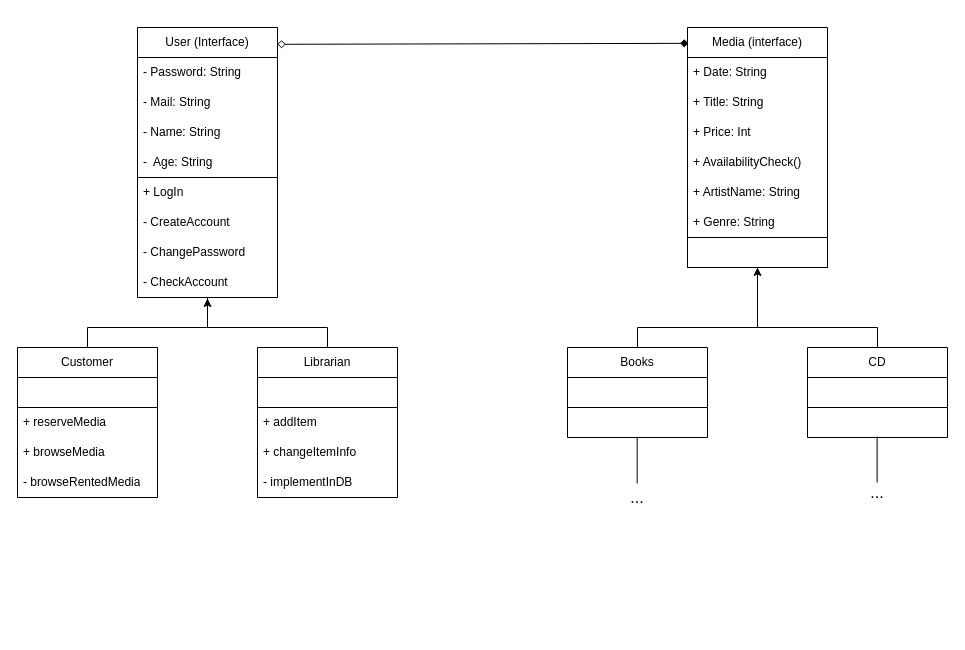
This is Dokumentation/diagrams/class_library.drawio from sraosha47/m226, a draw.io file, before an edit. Source tidied: cells renumbered, new cells numbered last; positions are measured from the earlier drawing's top-left corner, leaving out a move shared by most shapes. Both pictures are drawn from the tidied source at 100%, with x=0, y=0 at pixel (17, 27).
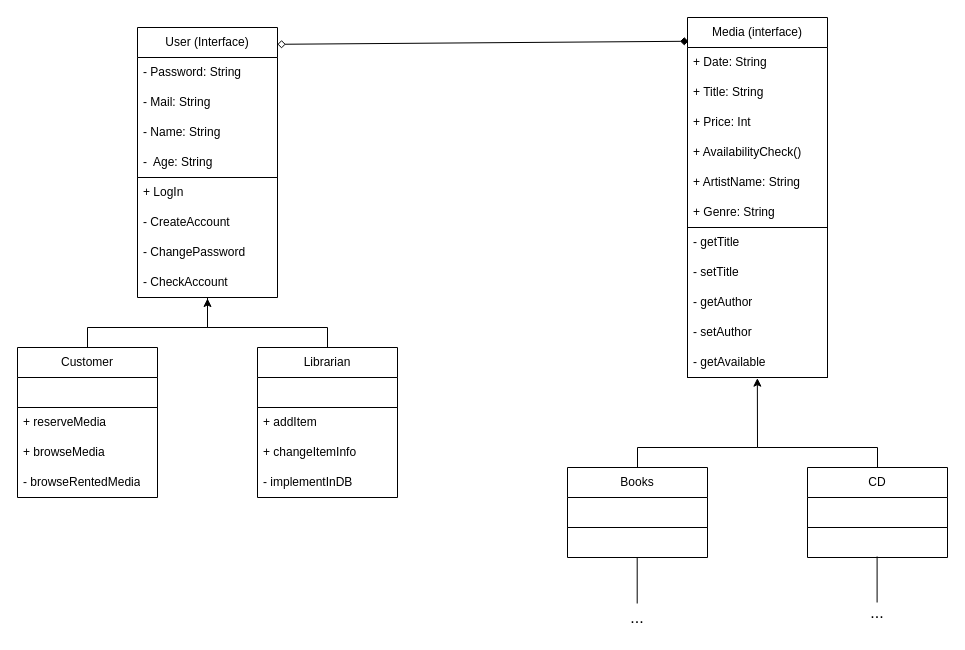
Above is the later version.

Diff of the diagram source:
```diff
@@
     <mxCell id="7" value="Media (interface)" style="swimlane;fontStyle=0;horizontal=1;startSize=30;whiteSpace=wrap;html=1;" parent="1" vertex="1">
-      <mxGeometry x="670" width="140" height="240" as="geometry" />
+      <mxGeometry x="670" y="-10" width="140" height="360" as="geometry" />
     </mxCell>
@@
     <mxCell id="14" style="swimlane;fontStyle=0;horizontal=1;startSize=0;whiteSpace=wrap;html=1;" parent="7" vertex="1">
-      <mxGeometry y="210" width="140" height="30" as="geometry" />
+      <mxGeometry y="210" width="140" height="150" as="geometry" />
     </mxCell>
+    <mxCell id="43" value="- getTitle" style="text;strokeColor=none;fillColor=none;align=left;verticalAlign=middle;spacingLeft=4;spacingRight=4;overflow=hidden;whiteSpace=wrap;html=1;" parent="14" vertex="1">
+      <mxGeometry width="140" height="30" as="geometry" />
+    </mxCell>
+    <mxCell id="44" value="- setTitle" style="text;strokeColor=none;fillColor=none;align=left;verticalAlign=middle;spacingLeft=4;spacingRight=4;overflow=hidden;whiteSpace=wrap;html=1;" parent="14" vertex="1">
+      <mxGeometry y="30" width="140" height="30" as="geometry" />
+    </mxCell>
+    <mxCell id="45" value="- getAuthor" style="text;strokeColor=none;fillColor=none;align=left;verticalAlign=middle;spacingLeft=4;spacingRight=4;overflow=hidden;whiteSpace=wrap;html=1;" parent="14" vertex="1">
+      <mxGeometry y="60" width="140" height="30" as="geometry" />
+    </mxCell>
+    <mxCell id="46" value="- setAuthor" style="text;strokeColor=none;fillColor=none;align=left;verticalAlign=middle;spacingLeft=4;spacingRight=4;overflow=hidden;whiteSpace=wrap;html=1;" parent="14" vertex="1">
+      <mxGeometry y="90" width="140" height="30" as="geometry" />
+    </mxCell>
+    <mxCell id="47" value="- getAvailable" style="text;strokeColor=none;fillColor=none;align=left;verticalAlign=middle;spacingLeft=4;spacingRight=4;overflow=hidden;points=[[0,0.5],[1,0.5]];portConstraint=eastwest;whiteSpace=wrap;html=1;" parent="14" vertex="1">
+      <mxGeometry y="120" width="140" height="30" as="geometry" />
+    </mxCell>
     <mxCell id="15" value="Books" style="swimlane;fontStyle=0;horizontal=1;startSize=30;whiteSpace=wrap;html=1;" parent="1" vertex="1">
-      <mxGeometry x="550" y="320" width="140" height="60" as="geometry" />
+      <mxGeometry x="550" y="440" width="140" height="60" as="geometry" />
     </mxCell>
-    <mxCell id="16" style="endArrow=classic;html=1;rounded=0;entryX=0.5;entryY=1;entryDx=0;entryDy=0;exitX=0.5;exitY=0;exitDx=0;exitDy=0;" parent="1" edge="1" source="15" target="14">
+    <mxCell id="16" style="endArrow=classic;html=1;rounded=0;exitX=0.5;exitY=0;exitDx=0;exitDy=0;entryX=0.499;entryY=1.022;entryDx=0;entryDy=0;entryPerimeter=0;" parent="1" edge="1" source="15" target="47">
       <mxGeometry relative="1" as="geometry">
         <Array as="points">
-          <mxPoint x="620" y="300" />
-          <mxPoint x="740" y="300" />
+          <mxPoint x="620" y="420" />
+          <mxPoint x="740" y="420" />
         </Array>
       </mxGeometry>
     </mxCell>
     <mxCell id="17" style="swimlane;fontStyle=0;horizontal=1;startSize=0;whiteSpace=wrap;html=1;" parent="1" vertex="1">
-      <mxGeometry x="550" y="380" width="140" height="30" as="geometry" />
+      <mxGeometry x="550" y="500" width="140" height="30" as="geometry" />
     </mxCell>
-    <mxCell id="18" style="endArrow=none;html=1;rounded=0;exitX=0.5;exitY=0;exitDx=0;exitDy=0;entryX=0.5;entryY=1;entryDx=0;entryDy=0;" parent="1" edge="1" source="19" target="14">
+    <mxCell id="18" style="endArrow=none;html=1;rounded=0;exitX=0.5;exitY=0;exitDx=0;exitDy=0;" parent="1" edge="1" source="19">
       <mxGeometry relative="1" as="geometry">
+        <mxPoint x="740" y="420" as="targetPoint" />
         <Array as="points">
-          <mxPoint x="860" y="300" />
-          <mxPoint x="740" y="300" />
+          <mxPoint x="860" y="420" />
+          <mxPoint x="740" y="420" />
         </Array>
       </mxGeometry>
     </mxCell>
     <mxCell id="19" value="CD" style="swimlane;fontStyle=0;horizontal=1;startSize=30;whiteSpace=wrap;html=1;" parent="1" vertex="1">
-      <mxGeometry x="790" y="320" width="140" height="60" as="geometry" />
+      <mxGeometry x="790" y="440" width="140" height="60" as="geometry" />
     </mxCell>
     <mxCell id="20" style="swimlane;fontStyle=0;horizontal=1;startSize=0;whiteSpace=wrap;html=1;" parent="1" vertex="1">
-      <mxGeometry x="790" y="380" width="140" height="30" as="geometry" />
+      <mxGeometry x="790" y="500" width="140" height="30" as="geometry" />
     </mxCell>
@@
     <mxCell id="34" style="endArrow=none;html=1;rounded=0;exitX=0.5;exitY=1.061;exitDx=0;exitDy=0;exitPerimeter=0;" parent="1" edge="1">
       <mxGeometry relative="1" as="geometry">
-        <mxPoint x="859.6" y="409" as="sourcePoint" />
-        <mxPoint x="859.6" y="455" as="targetPoint" />
+        <mxPoint x="859.6" y="529" as="sourcePoint" />
+        <mxPoint x="859.6" y="575" as="targetPoint" />
       </mxGeometry>
     </mxCell>
     <mxCell id="35" value="&lt;font style=&quot;font-size: 16px;&quot;&gt;...&lt;/font&gt;" style="text;html=1;strokeColor=none;fillColor=none;align=center;verticalAlign=middle;whiteSpace=wrap;rounded=0;" parent="1" vertex="1">
-      <mxGeometry x="830" y="450" width="60" height="30" as="geometry" />
+      <mxGeometry x="830" y="570" width="60" height="30" as="geometry" />
     </mxCell>
     <mxCell id="36" style="endArrow=none;html=1;rounded=0;exitX=0.5;exitY=1.061;exitDx=0;exitDy=0;exitPerimeter=0;" parent="1" edge="1">
       <mxGeometry relative="1" as="geometry">
-        <mxPoint x="619.7" y="410" as="sourcePoint" />
-        <mxPoint x="619.7" y="456" as="targetPoint" />
+        <mxPoint x="619.7" y="530" as="sourcePoint" />
+        <mxPoint x="619.7" y="576" as="targetPoint" />
       </mxGeometry>
     </mxCell>
     <mxCell id="37" value="&lt;font style=&quot;font-size: 16px;&quot;&gt;...&lt;/font&gt;" style="text;html=1;strokeColor=none;fillColor=none;align=center;verticalAlign=middle;whiteSpace=wrap;rounded=0;" parent="1" vertex="1">
-      <mxGeometry x="590" y="455" width="60" height="30" as="geometry" />
+      <mxGeometry x="590" y="575" width="60" height="30" as="geometry" />
     </mxCell>
```
